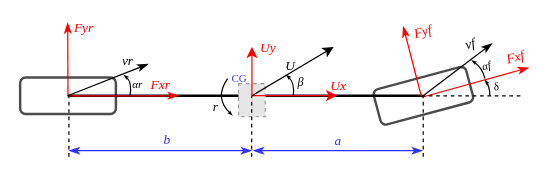
Earlier version of the draw.io diagram page "bicycle model" (3 of 3) of 2021_ITSC_Gao_Longitudinal Speed Preview/friction circle.drawio (LimingGao/draw_io). Source tidied: cells renumbered, new cells numbered last; positions are measured from the earlier drawing's top-left corner, leaving out a move shared by most shapes. Both pictures are drawn from the tidied source at 122%, with x=0, y=0 at pixel (20, 10). Pictures stored in the file or linked from it are replaced by grey dashed boxes.
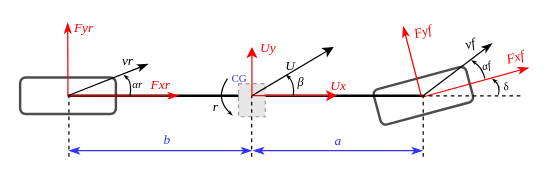
After the change.

The edit, as a diff of the source:
```diff
@@
-    <mxCell id="38" style="curved=1;endArrow=classicThin;strokeColor=#000000;fontFamily=Times New Roman;fontColor=#FF0000;endFill=1;endSize=1;" parent="1" edge="1">
-      <mxGeometry relative="1" as="geometry">
-        <mxPoint x="385" y="70" as="sourcePoint" />
-        <mxPoint x="381" y="57" as="targetPoint" />
-        <Array as="points">
-          <mxPoint x="385" y="63" />
-        </Array>
-      </mxGeometry>
-    </mxCell>
     <mxCell id="39" value="δ" style="edgeLabel;align=center;verticalAlign=middle;fontFamily=Times New Roman;fontSize=9;labelBackgroundColor=none;rotation=-15;fontStyle=2;" parent="1" vertex="1">
-      <mxGeometry x="392" y="66" as="geometry">
+      <mxGeometry x="400" y="66" as="geometry">
         <mxPoint x="-0.9" y="-4.4" as="offset" />
       </mxGeometry>
     </mxCell>
@@
+    <mxCell id="45" style="curved=1;endArrow=classicThin;strokeColor=#000000;fontFamily=Times New Roman;fontColor=#FF0000;endFill=1;endSize=1;" parent="1" edge="1">
+      <mxGeometry relative="1" as="geometry">
+        <mxPoint x="392" y="69" as="sourcePoint" />
+        <mxPoint x="387" y="56" as="targetPoint" />
+        <Array as="points">
+          <mxPoint x="394" y="62" />
+        </Array>
+      </mxGeometry>
+    </mxCell>
```
